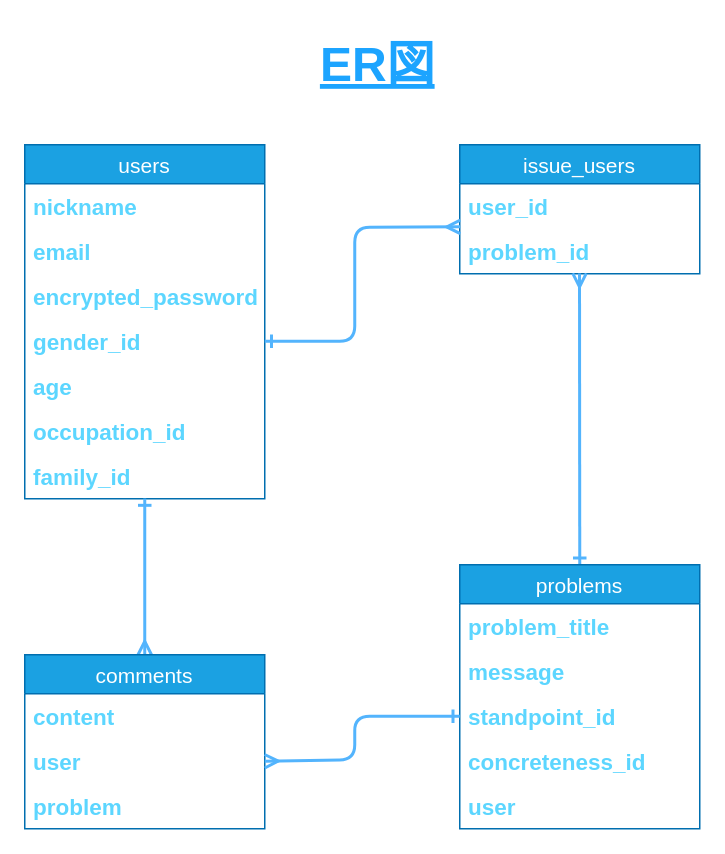
Above: er.dio in ikenatsu/problem-39578 (draw.io), before the change. Source tidied: cells renumbered, new cells numbered last; positions are measured from the earlier drawing's top-left corner, leaving out a move shared by most shapes. Both pictures are drawn from the tidied source at 150%, with x=0, y=0 at pixel (24, 24).
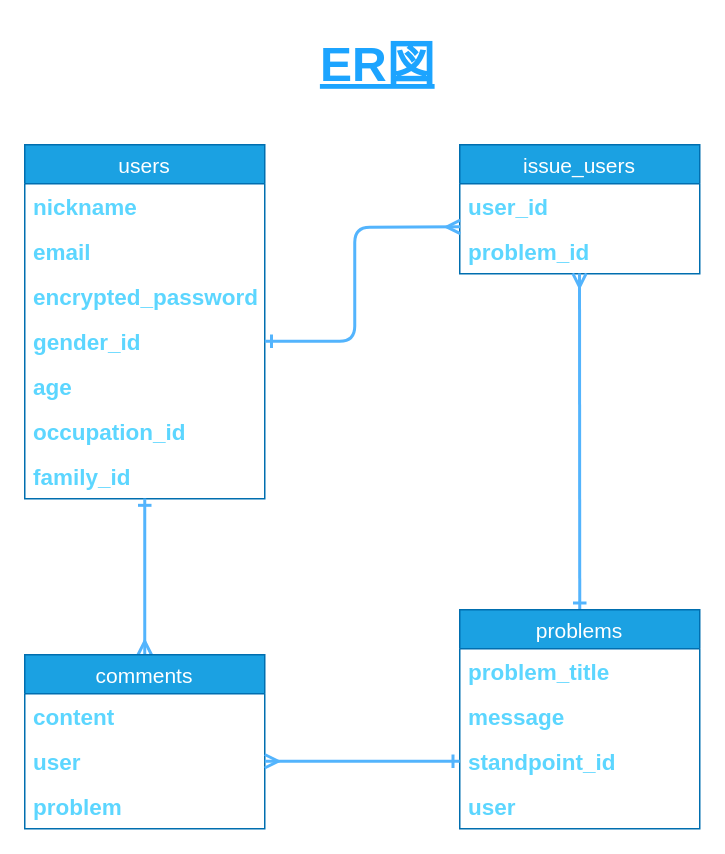
After the change.

Unchanged cells that the change refers to:
```xml
<mxCell id="16" value="user" style="text;strokeColor=none;fillColor=none;spacingLeft=4;spacingRight=4;overflow=hidden;points=[[0,0.5],[1,0.5]];portConstraint=eastwest;fontSize=15;fontColor=#5cd6ff;fontStyle=1;" parent="14" vertex="1">
  <mxGeometry y="56" width="160" height="30" as="geometry" />
</mxCell>
<mxCell id="22" value="standpoint_id" style="text;strokeColor=none;fillColor=none;spacingLeft=4;spacingRight=4;overflow=hidden;points=[[0,0.5],[1,0.5]];portConstraint=eastwest;fontSize=15;fontColor=#5cd6ff;fontStyle=1;" parent="19" vertex="1">
  <mxGeometry y="86" width="160" height="30" as="geometry" />
</mxCell>
```

The edit, as a diff of the source:
```diff
@@
     <mxCell id="19" value="problems" style="swimlane;fontStyle=0;horizontal=1;startSize=26;align=center;fontSize=14;fillColor=#1ba1e2;fontColor=#ffffff;strokeColor=#006EAF;" parent="1" vertex="1">
-      <mxGeometry x="290" y="360" width="160" height="176" as="geometry" />
+      <mxGeometry x="290" y="390" width="160" height="146" as="geometry" />
     </mxCell>
@@
-    <mxCell id="23" value="concreteness_id" style="text;strokeColor=none;fillColor=none;spacingLeft=4;spacingRight=4;overflow=hidden;fontSize=15;fontColor=#5cd6ff;fontStyle=1;" parent="19" vertex="1">
-      <mxGeometry y="116" width="160" height="30" as="geometry" />
-    </mxCell>
     <mxCell id="24" value="user" style="text;strokeColor=none;fillColor=none;spacingLeft=4;spacingRight=4;overflow=hidden;fontSize=15;fontColor=#5cd6ff;fontStyle=1;" parent="19" vertex="1">
-      <mxGeometry y="146" width="160" height="30" as="geometry" />
+      <mxGeometry y="116" width="160" height="30" as="geometry" />
     </mxCell>
@@
+    <mxCell id="27" value="ER図" style="text;strokeColor=none;fillColor=none;spacingLeft=4;spacingRight=4;overflow=hidden;fontSize=32;fontColor=#1CA4FF;fontStyle=5;align=center;" parent="1" vertex="1">
+      <mxGeometry x="191" width="89" height="50" as="geometry" />
+    </mxCell>
     <mxCell id="26" style="edgeStyle=none;html=1;exitX=1;exitY=0.5;exitDx=0;exitDy=0;startArrow=ERmany;startFill=0;endArrow=ERone;endFill=0;entryX=0;entryY=0.5;entryDx=0;entryDy=0;strokeColor=#53b4fd;jumpSize=10;strokeWidth=2;" parent="1" edge="1" source="16" target="22">
-      <mxGeometry relative="1" as="geometry">
-        <Array as="points">
-          <mxPoint x="220" y="490" />
-          <mxPoint x="220" y="461" />
-        </Array>
-      </mxGeometry>
+      <mxGeometry relative="1" as="geometry" />
     </mxCell>
-    <mxCell id="27" value="ER図" style="text;strokeColor=none;fillColor=none;spacingLeft=4;spacingRight=4;overflow=hidden;fontSize=32;fontColor=#1CA4FF;fontStyle=5;align=center;" parent="1" vertex="1">
-      <mxGeometry x="191" width="89" height="50" as="geometry" />
-    </mxCell>
```
